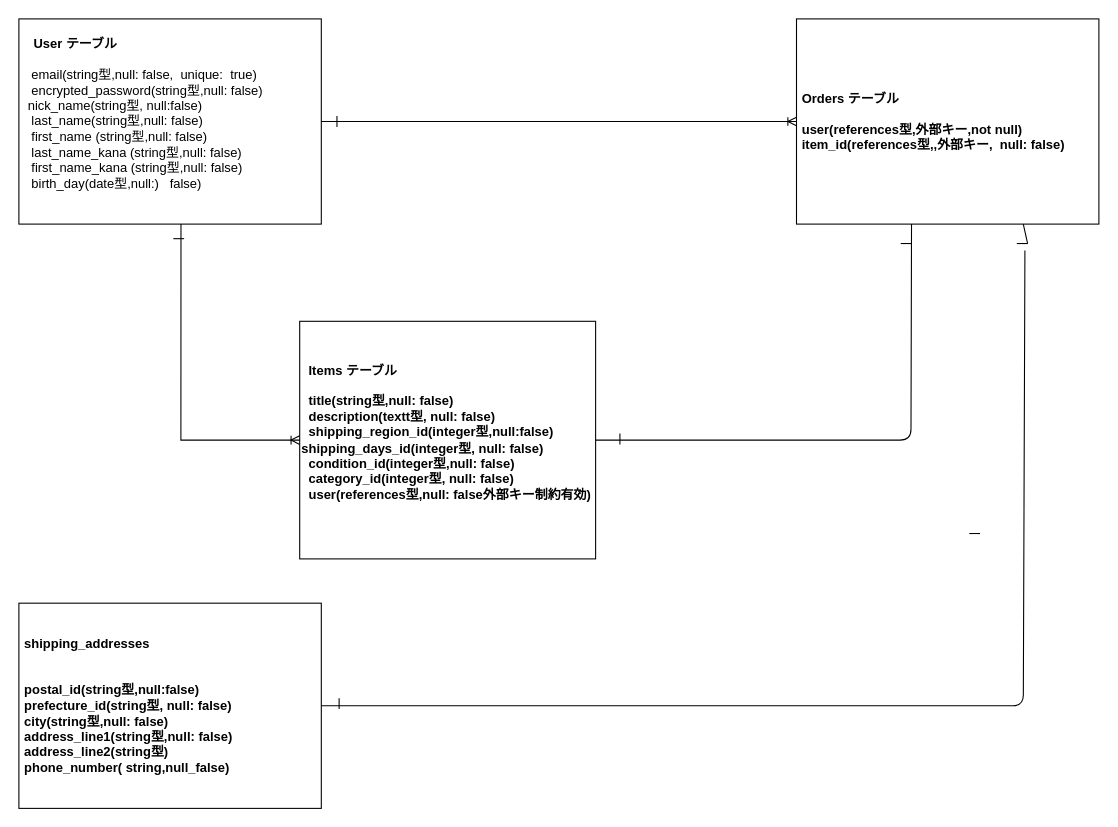
This is ER.dio from chanhito05/furima-40239, a draw.io file, before an edit. Source tidied: cells renumbered, new cells numbered last; positions are measured from the earlier drawing's top-left corner, leaving out a move shared by most shapes. Both pictures are drawn from the tidied source at 108%, with x=0, y=0 at pixel (18, 18).
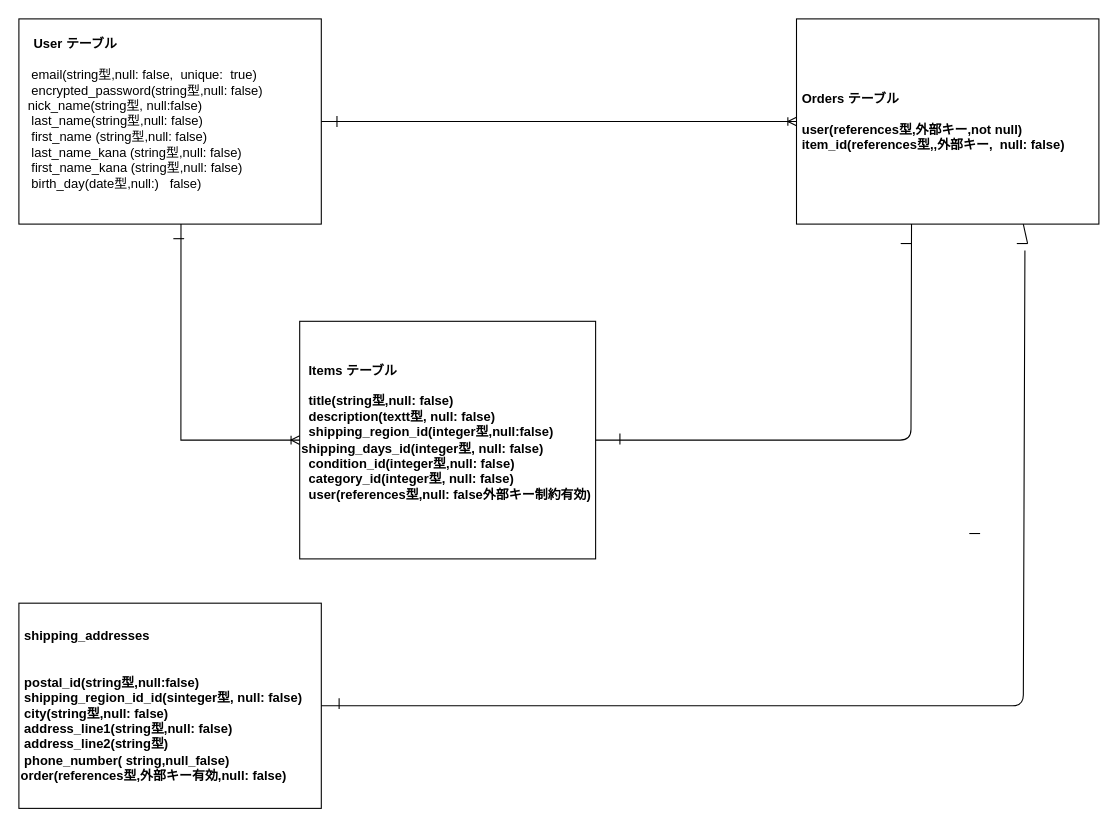
Above is the later version.

The edit, as a diff of the source:
```diff
@@
-    <mxCell id="9" value="&lt;b&gt;&amp;nbsp;shipping_addresses&lt;br&gt;&lt;br&gt;&lt;br&gt;&amp;nbsp;postal_id(string型,null:false)&lt;br&gt;&amp;nbsp;prefecture_id(string型, null: false)&lt;br&gt;&amp;nbsp;city(string型,null: false)&lt;br&gt;&amp;nbsp;address_line1(string型,null: false)&lt;br&gt;&amp;nbsp;address_line2(string型)&lt;br&gt;&amp;nbsp;phone_number( string,null_false)&lt;br&gt;&lt;/b&gt;" style="rounded=0;whiteSpace=wrap;html=1;align=left;" parent="1" vertex="1">
+    <mxCell id="9" value="&lt;b&gt;&amp;nbsp;shipping_addresses&lt;br&gt;&lt;br&gt;&lt;br&gt;&amp;nbsp;postal_id(string型,null:false)&lt;br&gt;&amp;nbsp;shipping_region_id_id(sinteger型, null: false)&lt;br&gt;&amp;nbsp;city(string型,null: false)&lt;br&gt;&amp;nbsp;address_line1(string型,null: false)&lt;br&gt;&amp;nbsp;address_line2(string型)&lt;br&gt;&amp;nbsp;phone_number( string,null_false)&lt;br&gt;order(references型,外部キー有効,null: false)&lt;br&gt;&lt;/b&gt;" style="rounded=0;whiteSpace=wrap;html=1;align=left;" parent="1" vertex="1">
       <mxGeometry y="541" width="280" height="190" as="geometry" />
     </mxCell>
```
